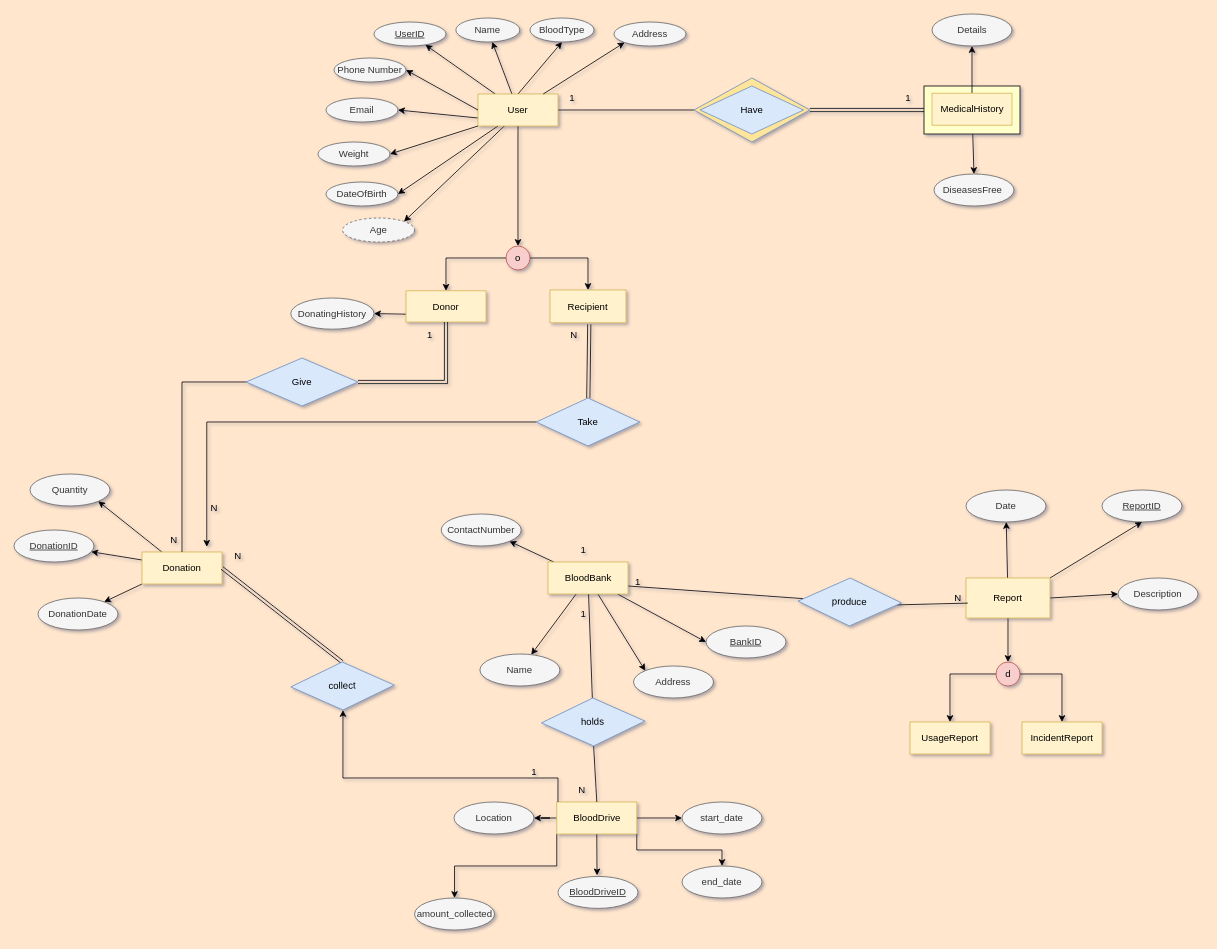
NawafSD/BloodDonationSystem keeps this draw.io diagram as EER Diagram/BloodDonationSystem.drawio. Above is the earlier version. Source tidied: cells renumbered, new cells numbered last; positions are measured from the earlier drawing's top-left corner, leaving out a move shared by most shapes. Both pictures are drawn from the tidied source at 80%, with x=0, y=0 at pixel (14, -129).
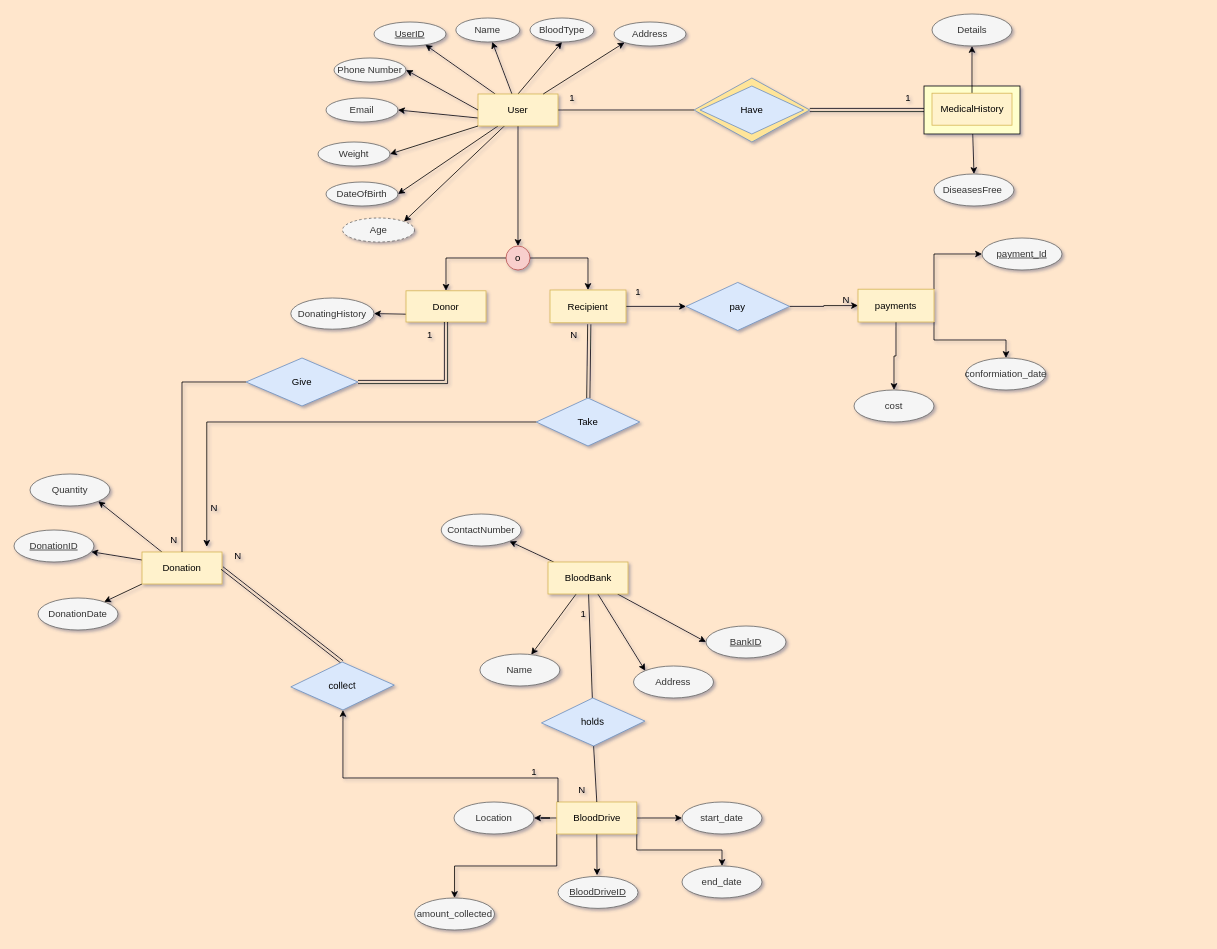
After the change.

The change refers to these unchanged cells:
```xml
<mxCell id="55" value="Recipient" style="rounded=0;whiteSpace=wrap;html=1;fillColor=#fff2cc;strokeColor=#d6b656;" parent="1" vertex="1">
  <mxGeometry x="670" y="523" width="95" height="41" as="geometry" />
</mxCell>
<mxCell id="66" value="BloodBank" style="whiteSpace=wrap;html=1;align=center;fillColor=#fff2cc;strokeColor=#d6b656;" parent="1" vertex="1">
  <mxGeometry x="667.5" y="863" width="100" height="40" as="geometry" />
</mxCell>
```

What changed in the source:
```diff
@@
-    <mxCell id="24" value="IncidentReport" style="whiteSpace=wrap;html=1;align=center;fillColor=#fff2cc;strokeColor=#d6b656;" parent="1" vertex="1">
-      <mxGeometry x="1260" y="1063" width="100" height="40" as="geometry" />
-    </mxCell>
-    <mxCell id="25" value="ReportID" style="ellipse;whiteSpace=wrap;html=1;align=center;fontStyle=4;fillColor=#f5f5f5;strokeColor=#666666;fontColor=#333333;" parent="1" vertex="1">
-      <mxGeometry x="1360" y="773" width="100" height="40" as="geometry" />
-    </mxCell>
-    <mxCell id="26" value="Description" style="ellipse;whiteSpace=wrap;html=1;align=center;fillColor=#f5f5f5;strokeColor=#666666;fontColor=#333333;" parent="1" vertex="1">
-      <mxGeometry x="1380" y="883" width="100" height="40" as="geometry" />
-    </mxCell>
-    <mxCell id="27" value="UsageReport" style="whiteSpace=wrap;html=1;align=center;fillColor=#fff2cc;strokeColor=#d6b656;" parent="1" vertex="1">
-      <mxGeometry x="1120" y="1063" width="100" height="40" as="geometry" />
-    </mxCell>
-    <mxCell id="28" value="Date" style="ellipse;whiteSpace=wrap;html=1;align=center;fillColor=#f5f5f5;strokeColor=#666666;fontColor=#333333;" parent="1" vertex="1">
-      <mxGeometry x="1190" y="773" width="100" height="40" as="geometry" />
-    </mxCell>
-    <mxCell id="29" style="rounded=0;jettySize=auto;html=1;" parent="1" edge="1" source="33" target="28">
-      <mxGeometry relative="1" as="geometry" />
-    </mxCell>
-    <mxCell id="30" style="rounded=0;jettySize=auto;html=1;exitX=1;exitY=0;exitDx=0;exitDy=0;entryX=0.5;entryY=1;entryDx=0;entryDy=0;" parent="1" edge="1" source="33" target="25">
-      <mxGeometry relative="1" as="geometry" />
-    </mxCell>
-    <mxCell id="31" style="edgeStyle=orthogonalEdgeStyle;rounded=0;jettySize=auto;html=1;exitX=0.5;exitY=1;exitDx=0;exitDy=0;" parent="1" edge="1" source="33" target="36">
-      <mxGeometry relative="1" as="geometry" />
-    </mxCell>
-    <mxCell id="32" style="rounded=0;jettySize=auto;html=1;exitX=1;exitY=0.5;exitDx=0;exitDy=0;entryX=0;entryY=0.5;entryDx=0;entryDy=0;" parent="1" edge="1" source="33" target="26">
-      <mxGeometry relative="1" as="geometry" />
-    </mxCell>
-    <mxCell id="33" value="Report" style="rounded=0;whiteSpace=wrap;html=1;fillColor=#fff2cc;strokeColor=#d6b656;" parent="1" vertex="1">
-      <mxGeometry x="1190" y="883" width="105" height="50" as="geometry" />
-    </mxCell>
-    <mxCell id="34" style="edgeStyle=orthogonalEdgeStyle;rounded=0;jettySize=auto;html=1;exitX=0;exitY=0.5;exitDx=0;exitDy=0;entryX=0.5;entryY=0;entryDx=0;entryDy=0;" parent="1" edge="1" source="36" target="27">
-      <mxGeometry relative="1" as="geometry" />
-    </mxCell>
-    <mxCell id="35" style="rounded=0;jettySize=auto;html=1;exitX=1;exitY=0.5;exitDx=0;exitDy=0;entryX=0.5;entryY=0;entryDx=0;entryDy=0;edgeStyle=orthogonalEdgeStyle;" parent="1" edge="1" source="36" target="24">
-      <mxGeometry relative="1" as="geometry" />
-    </mxCell>
-    <mxCell id="36" value="d" style="ellipse;whiteSpace=wrap;html=1;fillColor=#f8cecc;strokeColor=#b85450;" parent="1" vertex="1">
-      <mxGeometry x="1227.5" y="988" width="30" height="30" as="geometry" />
-    </mxCell>
@@
+    <mxCell id="112" style="edgeStyle=orthogonalEdgeStyle;rounded=0;jettySize=auto;html=1;exitX=1;exitY=0.5;exitDx=0;exitDy=0;entryX=0;entryY=0.5;entryDx=0;entryDy=0;" parent="1" edge="1" source="55" target="118">
+      <mxGeometry relative="1" as="geometry" />
+    </mxCell>
@@
-    <mxCell id="63" style="rounded=0;jettySize=auto;html=1;exitX=1;exitY=0.75;exitDx=0;exitDy=0;endArrow=none;endFill=0;" parent="1" edge="1" source="66" target="83">
-      <mxGeometry relative="1" as="geometry" />
-    </mxCell>
@@
-    <mxCell id="82" style="rounded=0;jettySize=auto;html=1;entryX=0;entryY=0.75;entryDx=0;entryDy=0;exitX=0.954;exitY=0.543;exitDx=0;exitDy=0;exitPerimeter=0;endArrow=none;endFill=0;" parent="1" edge="1" source="83">
-      <mxGeometry relative="1" as="geometry">
-        <mxPoint x="1192.3" y="914.4" as="targetPoint" />
-      </mxGeometry>
-    </mxCell>
-    <mxCell id="83" value="produce" style="shape=rhombus;perimeter=rhombusPerimeter;whiteSpace=wrap;html=1;align=center;rotation=1;fillColor=#dae8fc;strokeColor=#6c8ebf;" parent="1" vertex="1">
-      <mxGeometry x="980" y="883" width="129.4" height="60" as="geometry" />
-    </mxCell>
@@
-    <mxCell id="87" value="1" style="text;html=1;strokeColor=none;fillColor=none;align=center;verticalAlign=middle;whiteSpace=wrap;rounded=0;" parent="1" vertex="1">
-      <mxGeometry x="750" y="873" width="60" height="30" as="geometry" />
-    </mxCell>
-    <mxCell id="88" value="N" style="text;html=1;strokeColor=none;fillColor=none;align=center;verticalAlign=middle;whiteSpace=wrap;rounded=0;" parent="1" vertex="1">
-      <mxGeometry x="1150" y="893" width="60" height="30" as="geometry" />
-    </mxCell>
@@
-    <mxCell id="92" value="1" style="text;html=1;strokeColor=none;fillColor=none;align=center;verticalAlign=middle;whiteSpace=wrap;rounded=0;" parent="1" vertex="1">
-      <mxGeometry x="682.4" y="833" width="60" height="30" as="geometry" />
-    </mxCell>
@@
+    <mxCell id="113" style="edgeStyle=orthogonalEdgeStyle;rounded=0;jettySize=auto;html=1;exitX=1;exitY=0;exitDx=0;exitDy=0;entryX=0;entryY=0.5;entryDx=0;entryDy=0;" parent="1" edge="1" source="116" target="119">
+      <mxGeometry relative="1" as="geometry" />
+    </mxCell>
+    <mxCell id="114" style="edgeStyle=orthogonalEdgeStyle;rounded=0;jettySize=auto;html=1;exitX=1;exitY=1;exitDx=0;exitDy=0;entryX=0.5;entryY=0;entryDx=0;entryDy=0;" parent="1" edge="1" source="116" target="120">
+      <mxGeometry relative="1" as="geometry" />
+    </mxCell>
+    <mxCell id="115" style="edgeStyle=orthogonalEdgeStyle;rounded=0;jettySize=auto;html=1;exitX=0.5;exitY=1;exitDx=0;exitDy=0;" parent="1" edge="1" source="116" target="121">
+      <mxGeometry relative="1" as="geometry" />
+    </mxCell>
+    <mxCell id="116" value="payments" style="rounded=0;whiteSpace=wrap;html=1;fillColor=#fff2cc;strokeColor=#d6b656;" parent="1" vertex="1">
+      <mxGeometry x="1055" y="522" width="95" height="41" as="geometry" />
+    </mxCell>
+    <mxCell id="117" style="edgeStyle=orthogonalEdgeStyle;rounded=0;jettySize=auto;html=1;exitX=1;exitY=0.5;exitDx=0;exitDy=0;entryX=0;entryY=0.5;entryDx=0;entryDy=0;" parent="1" edge="1" source="118" target="116">
+      <mxGeometry relative="1" as="geometry" />
+    </mxCell>
+    <mxCell id="118" value="pay" style="shape=rhombus;perimeter=rhombusPerimeter;whiteSpace=wrap;html=1;align=center;rotation=0;fillColor=#dae8fc;strokeColor=#6c8ebf;" parent="1" vertex="1">
+      <mxGeometry x="840" y="513.5" width="129.4" height="60" as="geometry" />
+    </mxCell>
+    <mxCell id="119" value="&lt;u&gt;payment_Id&lt;/u&gt;" style="ellipse;whiteSpace=wrap;html=1;align=center;fillColor=#f5f5f5;strokeColor=#666666;fontColor=#333333;" parent="1" vertex="1">
+      <mxGeometry x="1210" y="458" width="100" height="40" as="geometry" />
+    </mxCell>
+    <mxCell id="120" value="conformiation_date" style="ellipse;whiteSpace=wrap;html=1;align=center;fillColor=#f5f5f5;strokeColor=#666666;fontColor=#333333;" parent="1" vertex="1">
+      <mxGeometry x="1190" y="608" width="100" height="40" as="geometry" />
+    </mxCell>
+    <mxCell id="121" value="cost" style="ellipse;whiteSpace=wrap;html=1;align=center;fillColor=#f5f5f5;strokeColor=#666666;fontColor=#333333;" parent="1" vertex="1">
+      <mxGeometry x="1050" y="648" width="100" height="40" as="geometry" />
+    </mxCell>
+    <mxCell id="88" value="N" style="text;html=1;align=center;verticalAlign=middle;strokeColor=none;fillColor=none;" parent="1" vertex="1">
+      <mxGeometry x="1025" y="521" width="30" height="30" as="geometry" />
+    </mxCell>
+    <mxCell id="122" value="1" style="text;html=1;align=center;verticalAlign=middle;strokeColor=none;fillColor=none;" parent="1" vertex="1">
+      <mxGeometry x="765" y="511" width="30" height="30" as="geometry" />
+    </mxCell>
```
